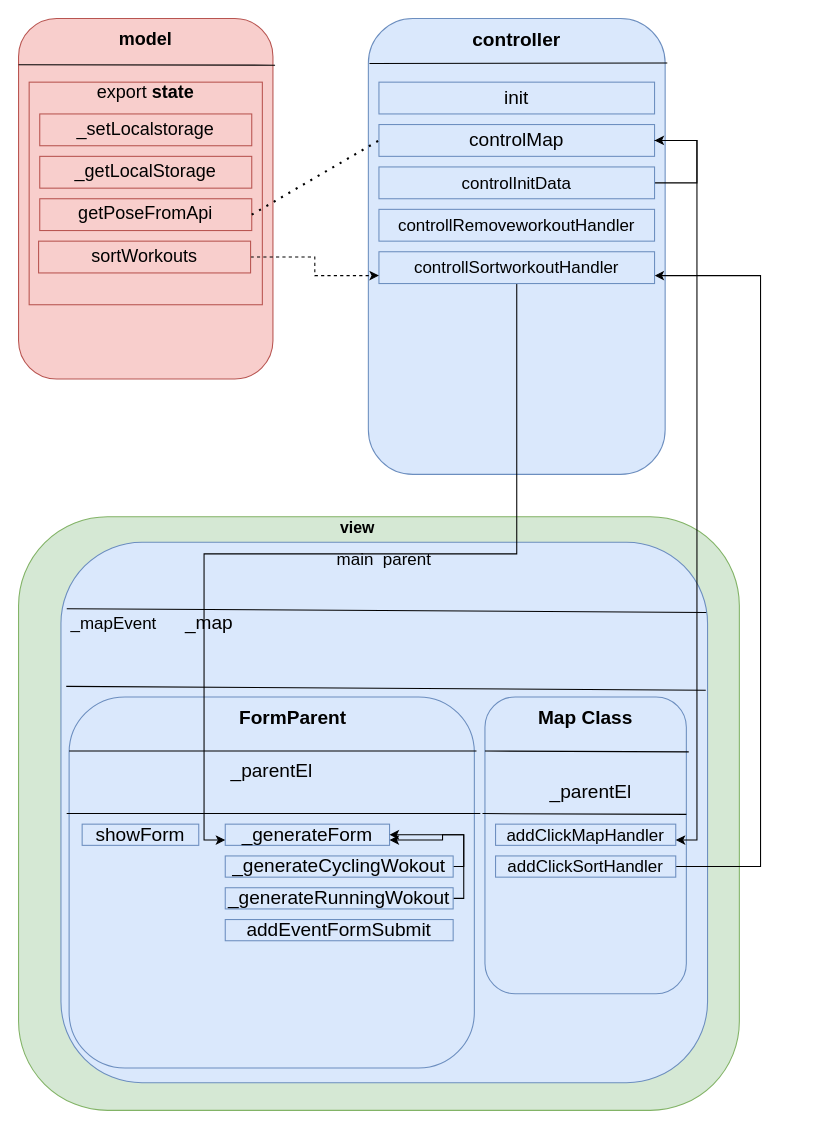
Earlier version of the draw.io diagram architecture.drawio (behnamrhp/mapr). Source tidied: cells renumbered, new cells numbered last; positions are measured from the earlier drawing's top-left corner, leaving out a move shared by most shapes. Both pictures are drawn from the tidied source at 106%, with x=0, y=0 at pixel (18, 18).
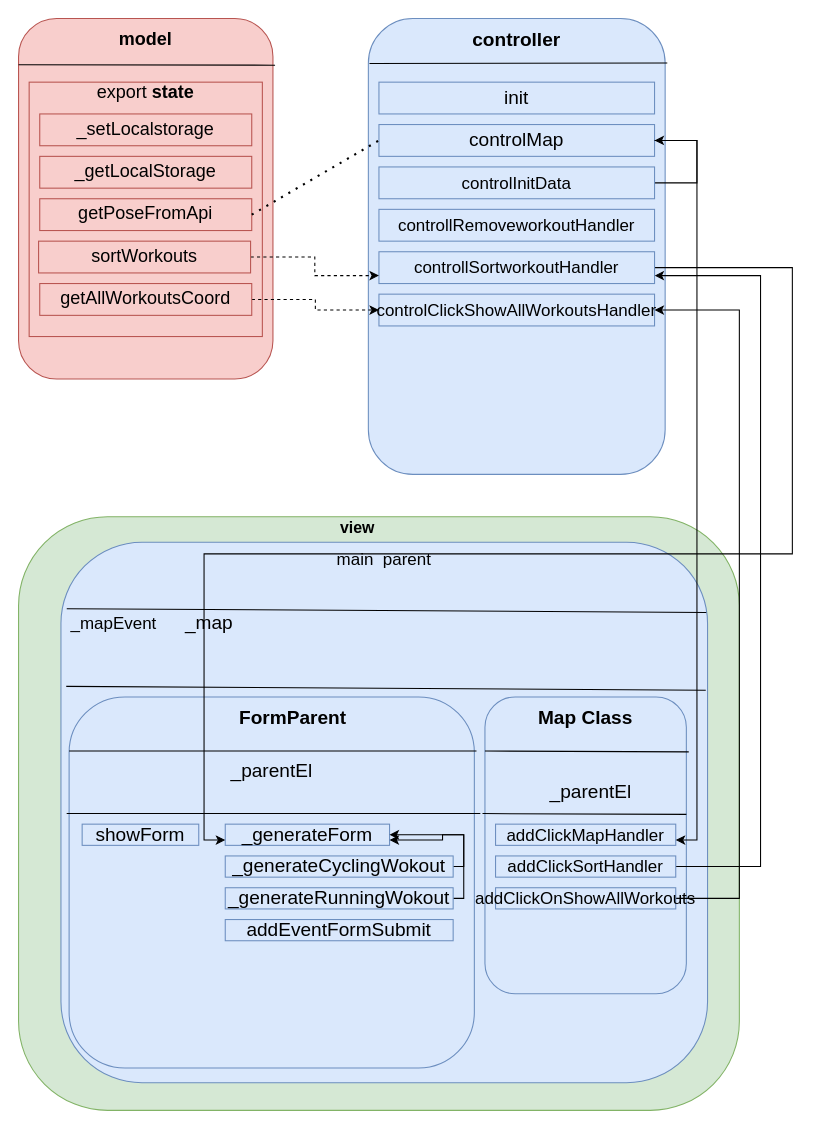
The same page after the edit.

The change refers to these unchanged cells:
```xml
<mxCell id="39" value="_generateForm" style="rounded=0;whiteSpace=wrap;html=1;fontSize=18;fillColor=#dae8fc;strokeColor=#6c8ebf;" parent="1" vertex="1">
  <mxGeometry x="195" y="760" width="155" height="20" as="geometry" />
</mxCell>
<mxCell id="49" value="controllSortworkoutHandler" style="rounded=0;whiteSpace=wrap;html=1;fontSize=16;fillColor=#dae8fc;strokeColor=#6c8ebf;" parent="1" vertex="1">
  <mxGeometry x="340" y="220" width="260" height="30" as="geometry" />
</mxCell>
```

Change to the diagram source:
```diff
@@
     <mxCell id="5" style="rounded=0;whiteSpace=wrap;html=1;fontSize=17;fillColor=#f8cecc;strokeColor=#b85450;" parent="1" vertex="1">
-      <mxGeometry x="10" y="60" width="220" height="210" as="geometry" />
+      <mxGeometry x="10" y="60" width="220" height="240" as="geometry" />
     </mxCell>
@@
     <mxCell id="48" style="edgeStyle=orthogonalEdgeStyle;rounded=0;jettySize=auto;html=1;entryX=0;entryY=0.75;entryDx=0;entryDy=0;" parent="1" edge="1" source="49" target="39">
-      <mxGeometry relative="1" as="geometry" />
+      <mxGeometry relative="1" as="geometry">
+        <Array as="points">
+          <mxPoint x="730" y="235" />
+          <mxPoint x="730" y="505" />
+          <mxPoint x="175" y="505" />
+          <mxPoint x="175" y="775" />
+        </Array>
+      </mxGeometry>
     </mxCell>
@@
+    <mxCell id="52" value="controlClickShowAllWorkoutsHandler" style="rounded=0;whiteSpace=wrap;html=1;fontSize=16;fillColor=#dae8fc;strokeColor=#6c8ebf;" parent="1" vertex="1">
+      <mxGeometry x="340" y="260" width="260" height="30" as="geometry" />
+    </mxCell>
+    <mxCell id="53" style="edgeStyle=orthogonalEdgeStyle;rounded=0;jettySize=auto;html=1;dashed=1;" parent="1" edge="1" source="54" target="52">
+      <mxGeometry relative="1" as="geometry" />
+    </mxCell>
+    <mxCell id="54" value="getAllWorkoutsCoord" style="rounded=0;whiteSpace=wrap;html=1;fontSize=17;fillColor=#f8cecc;strokeColor=#b85450;" parent="1" vertex="1">
+      <mxGeometry x="20" y="250" width="200" height="30" as="geometry" />
+    </mxCell>
+    <mxCell id="55" style="edgeStyle=orthogonalEdgeStyle;rounded=0;jettySize=auto;html=1;entryX=1;entryY=0.5;entryDx=0;entryDy=0;" parent="1" edge="1" source="56" target="52">
+      <mxGeometry relative="1" as="geometry">
+        <Array as="points">
+          <mxPoint x="680" y="830" />
+          <mxPoint x="680" y="275" />
+        </Array>
+      </mxGeometry>
+    </mxCell>
+    <mxCell id="56" value="addClickOnShowAllWorkouts" style="rounded=0;whiteSpace=wrap;html=1;fontSize=16;fillColor=#dae8fc;strokeColor=#6c8ebf;" parent="1" vertex="1">
+      <mxGeometry x="450" y="820" width="170" height="20" as="geometry" />
+    </mxCell>
```
